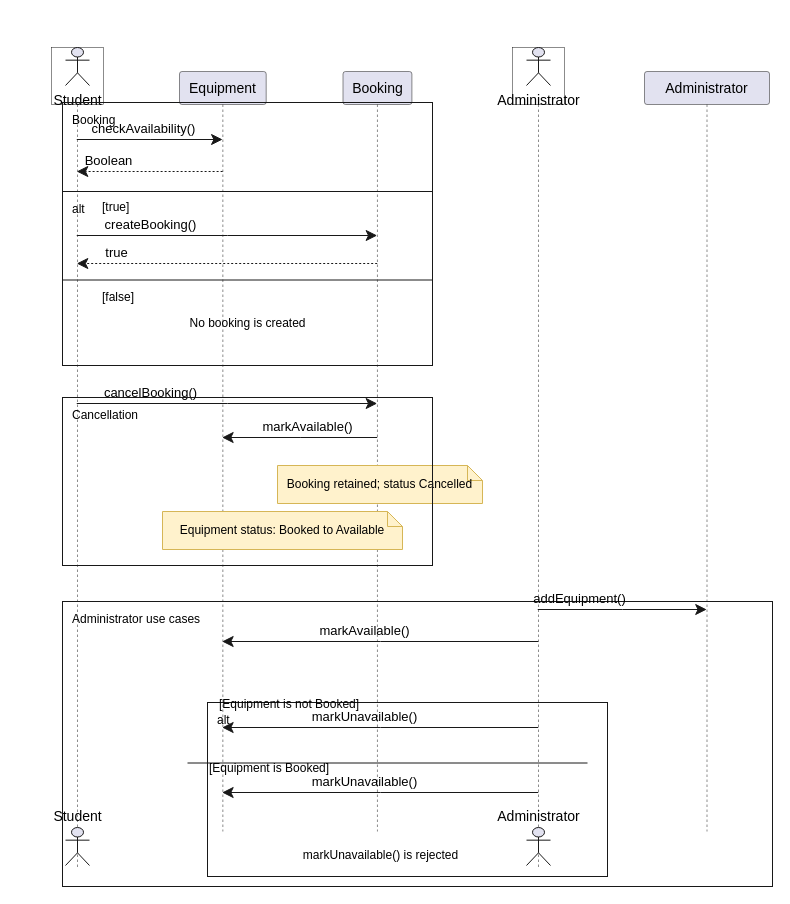
Before: modell/Sequence-diagram.drawio in zemenesemere-code/Gruppe--arbeid, a draw.io diagram. Source tidied: cells renumbered, new cells numbered last; positions are measured from the earlier drawing's top-left corner, leaving out a move shared by most shapes. Both pictures are drawn from the tidied source at 100%, with x=0, y=0 at pixel (17, 17).
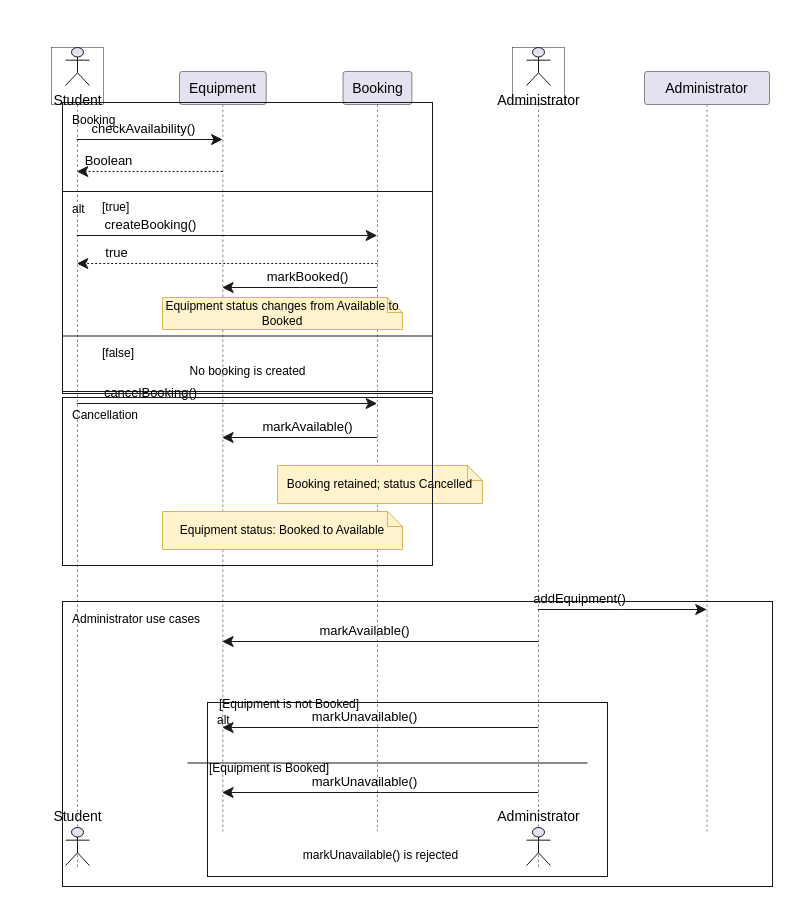
The same page after the edit.

The change refers to these unchanged cells:
```xml
<mxCell id="2" style="group;transparentBounds=1;editIcon=1;lockedGroup=0;groupPadding=10;" parent="1" vertex="1">
  <mxGeometry as="geometry" />
</mxCell>
<mxCell id="11" value="Equipment" style="shape=umlLifeline;perimeter=lifelinePerimeter;size=33;lifelineMirror=1;dashPattern=5 5;outlineConnect=0;portConstraint=eastwest;rounded=1;absoluteArcSize=1;arcSize=5;fillColor=#E2E2F0;strokeColor=#181818;strokeWidth=0.5;fontColor=#000000;fontSize=14;whiteSpace=wrap;html=1;" parent="2" vertex="1">
  <mxGeometry x="162" y="54" width="86.7" height="760" as="geometry" />
</mxCell>
<mxCell id="12" value="Booking" style="shape=umlLifeline;perimeter=lifelinePerimeter;size=33;lifelineMirror=1;dashPattern=5 5;outlineConnect=0;portConstraint=eastwest;rounded=1;absoluteArcSize=1;arcSize=5;fillColor=#E2E2F0;strokeColor=#181818;strokeWidth=0.5;fontColor=#000000;fontSize=14;whiteSpace=wrap;html=1;" parent="2" vertex="1">
  <mxGeometry x="325.5" y="54" width="68.9" height="760" as="geometry" />
</mxCell>
```

What changed in the source:
```diff
@@
     <mxCell id="3" value="alt" style="rounded=0;whiteSpace=wrap;html=1;fillColor=none;strokeColor=#181818;align=left;verticalAlign=top;spacingLeft=8;spacingTop=4;" parent="2" vertex="1">
-      <mxGeometry x="45" y="174" width="370" height="174" as="geometry" />
+      <mxGeometry x="45" y="174" width="370" height="200" as="geometry" />
     </mxCell>
@@
     <mxCell id="5" style="line;strokeWidth=1;strokeColor=#181818;fillColor=none;" parent="2" vertex="1">
-      <mxGeometry x="45" y="262" width="370" height="1" as="geometry" />
+      <mxGeometry x="45" y="318" width="370" height="1" as="geometry" />
     </mxCell>
     <mxCell id="6" value="[false]" style="text;html=1;align=left;verticalAlign=top;fontSize=12;fillColor=none;strokeColor=none;" parent="2" vertex="1">
-      <mxGeometry x="83" y="266" width="60" height="18" as="geometry" />
+      <mxGeometry x="83" y="322" width="60" height="18" as="geometry" />
     </mxCell>
     <mxCell id="7" value="No booking is created" style="text;html=1;align=center;verticalAlign=middle;fontSize=12;fillColor=none;strokeColor=none;" parent="2" vertex="1">
-      <mxGeometry x="135" y="294" width="190" height="24" as="geometry" />
+      <mxGeometry x="135" y="342" width="190" height="24" as="geometry" />
     </mxCell>
@@
+    <mxCell id="37" value="markBooked()" style="endArrow=classic;endFill=1;endSize=9;html=1;rounded=0;edgeStyle=none;curved=0;strokeColor=#181818;strokeWidth=1;fontColor=#000000;fontSize=13;verticalAlign=bottom;labelBackgroundColor=none;sourcePerimeterSpacing=0;targetPerimeterSpacing=0;" parent="2" edge="1" source="12" target="11">
+      <mxGeometry x="-0.1" relative="1" as="geometry">
+        <Array as="points">
+          <mxPoint x="282.7" y="270" />
+        </Array>
+      </mxGeometry>
+    </mxCell>
+    <mxCell id="38" value="Equipment status changes from Available to Booked" style="shape=note;whiteSpace=wrap;html=1;size=15;fillColor=#FFF2CC;strokeColor=#D6B656;fontSize=12;align=center;verticalAlign=middle;" parent="2" vertex="1">
+      <mxGeometry x="145" y="280" width="240" height="32" as="geometry" />
+    </mxCell>
@@
     <mxCell id="26" value="Booking" style="rounded=0;whiteSpace=wrap;html=1;fillColor=none;strokeColor=#181818;align=left;verticalAlign=top;spacingLeft=8;spacingTop=4;" parent="2" vertex="1">
-      <mxGeometry x="45" y="85" width="370" height="263" as="geometry" />
+      <mxGeometry x="45" y="85" width="370" height="291" as="geometry" />
     </mxCell>
```
